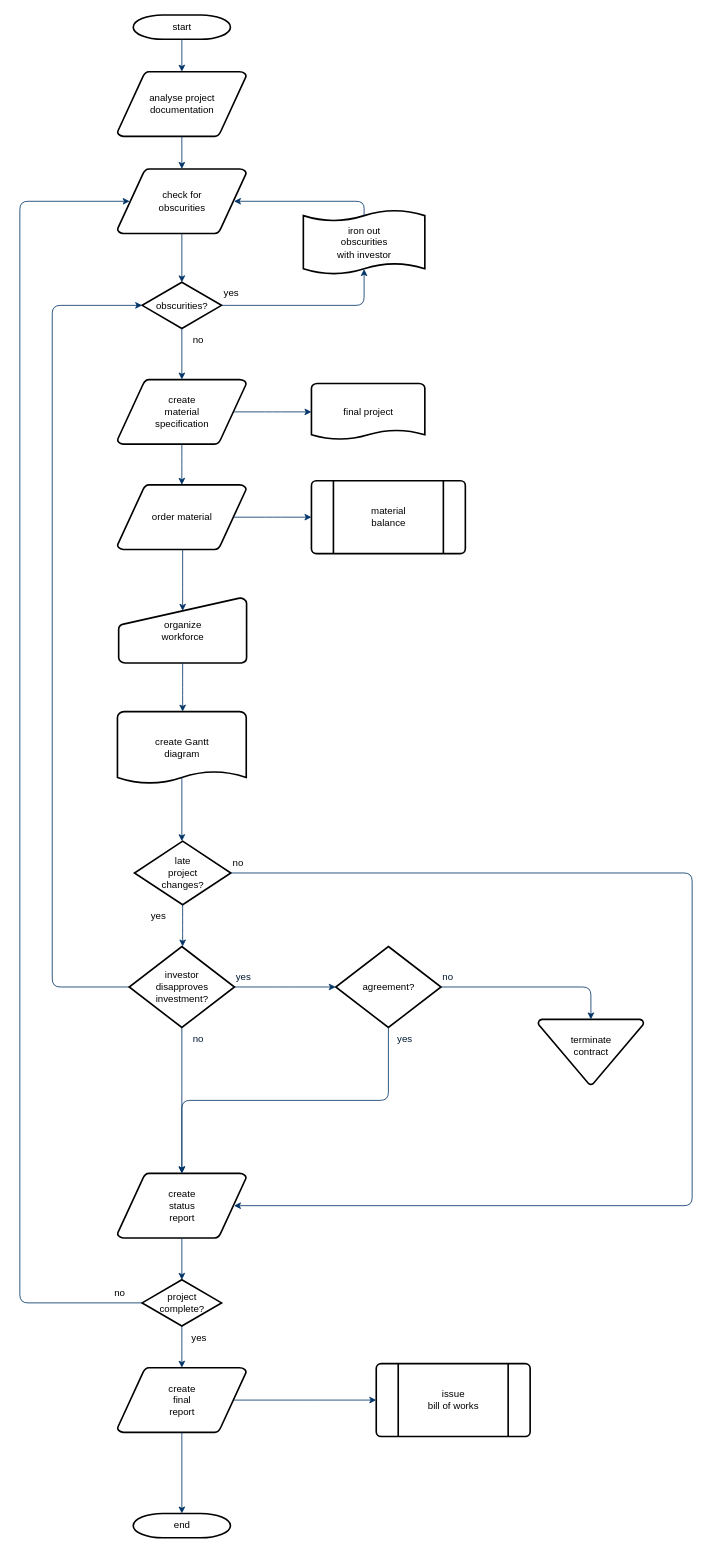
This is Untitled Diagram.drawio from razor/1102_decoration, a draw.io file, before an edit. Source tidied: cells renumbered, new cells numbered last; positions are measured from the earlier drawing's top-left corner, leaving out a move shared by most shapes. Both pictures are drawn from the tidied source at 81%, with x=0, y=0 at pixel (19, 15).
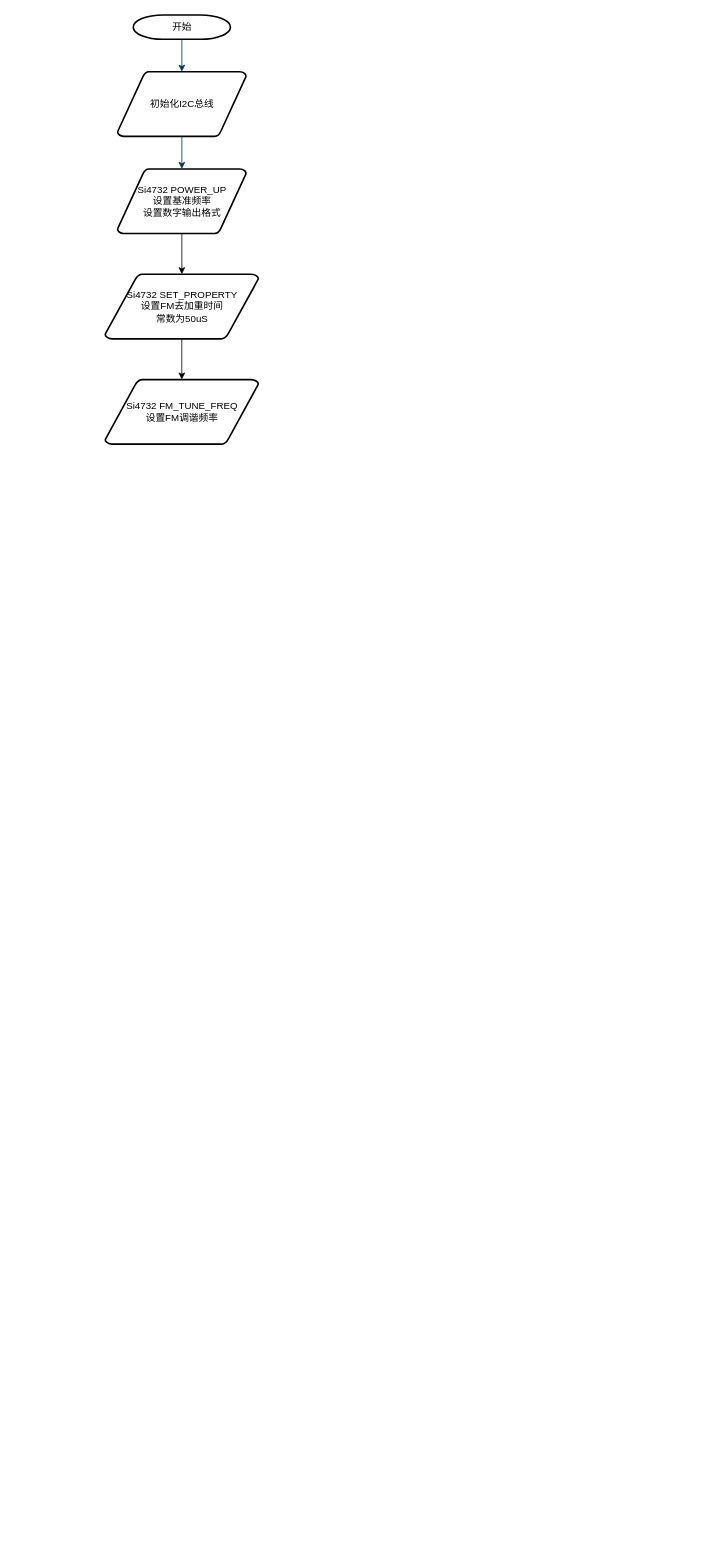
After the change.

Change to the diagram source:
```diff
@@
-    <mxCell id="2" value="start" style="shape=mxgraph.flowchart.terminator;strokeWidth=2;gradientColor=none;gradientDirection=north;fontStyle=0;html=1;" parent="1" vertex="1">
+    <mxCell id="2" value="开始" style="shape=mxgraph.flowchart.terminator;strokeWidth=2;gradientColor=none;gradientDirection=north;fontStyle=0;html=1;" parent="1" vertex="1">
       <mxGeometry x="140" width="120" height="30" as="geometry" />
     </mxCell>
-    <mxCell id="3" value="analyse project&#10; documentation" style="shape=mxgraph.flowchart.data;strokeWidth=2;gradientColor=none;gradientDirection=north;fontStyle=0;html=1;" parent="1" vertex="1">
+    <mxCell id="3" value="初始化I2C总线" style="shape=mxgraph.flowchart.data;strokeWidth=2;gradientColor=none;gradientDirection=north;fontStyle=0;html=1;" parent="1" vertex="1">
       <mxGeometry x="120.5" y="70" width="159" height="80" as="geometry" />
     </mxCell>
-    <mxCell id="4" value="create&#10;material&#10;specification" style="shape=mxgraph.flowchart.data;strokeWidth=2;gradientColor=none;gradientDirection=north;fontStyle=0;html=1;" parent="1" vertex="1">
-      <mxGeometry x="120.5" y="450" width="159" height="80" as="geometry" />
-    </mxCell>
-    <mxCell id="5" value="check for&#10;obscurities" style="shape=mxgraph.flowchart.data;strokeWidth=2;gradientColor=none;gradientDirection=north;fontStyle=0;html=1;" parent="1" vertex="1">
-      <mxGeometry x="120.5" y="190" width="159" height="80" as="geometry" />
-    </mxCell>
-    <mxCell id="6" value="obscurities?" style="shape=mxgraph.flowchart.decision;strokeWidth=2;gradientColor=none;gradientDirection=north;fontStyle=0;html=1;" parent="1" vertex="1">
-      <mxGeometry x="151" y="330" width="98" height="57" as="geometry" />
-    </mxCell>
@@
-    <mxCell id="8" style="fontStyle=1;strokeColor=#003366;strokeWidth=1;html=1;" parent="1" edge="1" source="3" target="5">
-      <mxGeometry relative="1" as="geometry" />
+    <mxCell id="8" style="fontStyle=1;strokeColor=#003366;strokeWidth=1;html=1;" parent="1" edge="1" source="3">
+      <mxGeometry relative="1" as="geometry">
+        <mxPoint x="200" y="190" as="targetPoint" />
+      </mxGeometry>
     </mxCell>
-    <mxCell id="9" style="entryX=0.5;entryY=0;entryPerimeter=0;fontStyle=1;strokeColor=#003366;strokeWidth=1;html=1;" parent="1" edge="1" source="5" target="6">
-      <mxGeometry relative="1" as="geometry" />
-    </mxCell>
-    <mxCell id="10" style="edgeStyle=elbowEdgeStyle;elbow=horizontal;entryX=0.5;entryY=0.91;entryPerimeter=0;exitX=1;exitY=0.5;exitPerimeter=0;fontStyle=1;strokeColor=#003366;strokeWidth=1;html=1;" parent="1" edge="1" source="6" target="51">
-      <mxGeometry x="381" y="28.5" as="geometry">
-        <Array as="points">
-          <mxPoint x="425" y="340" />
-        </Array>
-      </mxGeometry>
-    </mxCell>
-    <mxCell id="11" value="yes" style="text;fontStyle=0;html=1;strokeColor=none;gradientColor=none;fillColor=none;strokeWidth=2;" parent="1" vertex="1">
-      <mxGeometry x="250" y="330" width="40" height="26" as="geometry" />
-    </mxCell>
-    <mxCell id="12" style="edgeStyle=elbowEdgeStyle;elbow=horizontal;fontColor=#001933;fontStyle=1;strokeColor=#003366;strokeWidth=1;html=1;" parent="1" edge="1" source="6" target="4">
-      <mxGeometry as="geometry" />
-    </mxCell>
-    <mxCell id="13" value="order material" style="shape=mxgraph.flowchart.data;strokeWidth=2;gradientColor=none;gradientDirection=north;fontStyle=0;html=1;" parent="1" vertex="1">
-      <mxGeometry x="120.5" y="580" width="159" height="80" as="geometry" />
-    </mxCell>
-    <mxCell id="14" value="no" style="text;fontStyle=0;html=1;strokeColor=none;gradientColor=none;fillColor=none;strokeWidth=2;align=center;" parent="1" vertex="1">
-      <mxGeometry x="200" y="387" width="40" height="26" as="geometry" />
-    </mxCell>
-    <mxCell id="15" value="final project" style="shape=mxgraph.flowchart.document;strokeWidth=2;gradientColor=none;gradientDirection=north;fontStyle=0;html=1;" parent="1" vertex="1">
-      <mxGeometry x="360" y="455" width="140" height="70" as="geometry" />
-    </mxCell>
-    <mxCell id="16" style="edgeStyle=elbowEdgeStyle;elbow=horizontal;exitX=0.905;exitY=0.5;exitPerimeter=0;fontStyle=1;strokeColor=#003366;strokeWidth=1;html=1;" parent="1" edge="1" source="4" target="15">
-      <mxGeometry as="geometry" />
-    </mxCell>
-    <mxCell id="17" style="edgeStyle=elbowEdgeStyle;elbow=horizontal;fontStyle=1;strokeColor=#003366;strokeWidth=1;html=1;" parent="1" edge="1" source="4" target="13">
-      <mxGeometry as="geometry" />
-    </mxCell>
-    <mxCell id="18" value="material&#10;balance" style="shape=mxgraph.flowchart.predefined_process;strokeWidth=2;gradientColor=none;gradientDirection=north;fontStyle=0;html=1;" parent="1" vertex="1">
-      <mxGeometry x="360" y="575" width="190" height="90" as="geometry" />
-    </mxCell>
-    <mxCell id="19" style="edgeStyle=elbowEdgeStyle;elbow=horizontal;exitX=0.905;exitY=0.5;exitPerimeter=0;fontStyle=1;strokeColor=#003366;strokeWidth=1;html=1;" parent="1" edge="1" source="13" target="18">
-      <mxGeometry as="geometry" />
-    </mxCell>
-    <mxCell id="20" value="organize &#10;workforce" style="shape=mxgraph.flowchart.manual_input;strokeWidth=2;gradientColor=none;gradientDirection=north;fontStyle=0;html=1;" parent="1" vertex="1">
-      <mxGeometry x="122" y="720" width="158" height="80" as="geometry" />
-    </mxCell>
-    <mxCell id="21" style="edgeStyle=elbowEdgeStyle;elbow=horizontal;entryX=0.5;entryY=0.195;entryPerimeter=0;fontStyle=1;strokeColor=#003366;strokeWidth=1;html=1;" parent="1" edge="1" source="13" target="20">
-      <mxGeometry as="geometry" />
-    </mxCell>
-    <mxCell id="22" value="create Gantt&#10;diagram" style="shape=mxgraph.flowchart.document;strokeWidth=2;gradientColor=none;gradientDirection=north;fontStyle=0;html=1;" parent="1" vertex="1">
-      <mxGeometry x="120.5" y="860" width="159" height="90" as="geometry" />
-    </mxCell>
-    <mxCell id="23" style="edgeStyle=elbowEdgeStyle;elbow=horizontal;exitX=0.5;exitY=1;exitPerimeter=0;fontStyle=1;strokeColor=#003366;strokeWidth=1;html=1;" parent="1" edge="1" source="20" target="22">
-      <mxGeometry as="geometry" />
-    </mxCell>
-    <mxCell id="24" value="late&#10;project&#10;changes?" style="shape=mxgraph.flowchart.decision;strokeWidth=2;gradientColor=none;gradientDirection=north;fontStyle=0;html=1;" parent="1" vertex="1">
-      <mxGeometry x="141.5" y="1020" width="119" height="78.5" as="geometry" />
-    </mxCell>
-    <mxCell id="25" style="edgeStyle=elbowEdgeStyle;elbow=horizontal;exitX=0.5;exitY=0.9;exitPerimeter=0;fontStyle=1;strokeColor=#003366;strokeWidth=1;html=1;" parent="1" edge="1" source="22" target="24">
-      <mxGeometry as="geometry" />
-    </mxCell>
-    <mxCell id="26" style="edgeStyle=elbowEdgeStyle;elbow=horizontal;exitX=0;exitY=0.5;exitPerimeter=0;entryX=0;entryY=0.5;entryPerimeter=0;fontStyle=1;strokeColor=#003366;strokeWidth=1;html=1;" parent="1" edge="1" source="28" target="6">
-      <mxGeometry as="geometry">
-        <Array as="points">
-          <mxPoint x="40" y="790" />
-        </Array>
-      </mxGeometry>
-    </mxCell>
-    <mxCell id="27" value="yes" style="text;fontStyle=0;html=1;strokeColor=none;gradientColor=none;fillColor=none;strokeWidth=2;" parent="1" vertex="1">
-      <mxGeometry x="160" y="1098.5" width="40" height="26" as="geometry" />
-    </mxCell>
-    <mxCell id="28" value="investor&#10;disapproves&#10; investment?" style="shape=mxgraph.flowchart.decision;strokeWidth=2;gradientColor=none;gradientDirection=north;fontStyle=0;html=1;" parent="1" vertex="1">
-      <mxGeometry x="135" y="1150" width="130" height="100" as="geometry" />
-    </mxCell>
-    <mxCell id="29" value="agreement?" style="shape=mxgraph.flowchart.decision;strokeWidth=2;gradientColor=none;gradientDirection=north;fontStyle=0;html=1;" parent="1" vertex="1">
-      <mxGeometry x="390" y="1150" width="130" height="100" as="geometry" />
-    </mxCell>
-    <mxCell id="30" style="edgeStyle=elbowEdgeStyle;elbow=horizontal;exitX=0.5;exitY=1;exitPerimeter=0;fontStyle=1;strokeColor=#003366;strokeWidth=1;html=1;" parent="1" edge="1" source="24" target="28">
-      <mxGeometry as="geometry" />
-    </mxCell>
-    <mxCell id="31" style="edgeStyle=elbowEdgeStyle;elbow=horizontal;exitX=1;exitY=0.5;exitPerimeter=0;entryX=0;entryY=0.5;entryPerimeter=0;fontStyle=1;strokeColor=#003366;strokeWidth=1;html=1;" parent="1" edge="1" source="28" target="29">
-      <mxGeometry as="geometry" />
-    </mxCell>
-    <mxCell id="32" value="terminate&#10;contract&#10;" style="shape=mxgraph.flowchart.merge_or_storage;strokeWidth=2;gradientColor=none;gradientDirection=north;fontStyle=0;html=1;" parent="1" vertex="1">
-      <mxGeometry x="640" y="1240" width="130" height="80.5" as="geometry" />
-    </mxCell>
-    <mxCell id="33" style="edgeStyle=elbowEdgeStyle;elbow=vertical;exitX=1;exitY=0.5;exitPerimeter=0;entryX=0.5;entryY=0;entryPerimeter=0;fontStyle=1;strokeColor=#003366;strokeWidth=1;html=1;" parent="1" edge="1" source="29" target="32">
-      <mxGeometry as="geometry">
-        <Array as="points">
-          <mxPoint x="620" y="1200" />
-        </Array>
-      </mxGeometry>
-    </mxCell>
-    <mxCell id="34" value="create&#10;status&#10;report" style="shape=mxgraph.flowchart.data;strokeWidth=2;gradientColor=none;gradientDirection=north;fontStyle=0;html=1;" parent="1" vertex="1">
-      <mxGeometry x="120.5" y="1430" width="159" height="80" as="geometry" />
-    </mxCell>
-    <mxCell id="35" style="edgeStyle=elbowEdgeStyle;elbow=vertical;exitX=0.5;exitY=1;exitPerimeter=0;fontColor=#001933;fontStyle=1;strokeColor=#003366;strokeWidth=1;html=1;" parent="1" edge="1" source="28" target="34">
-      <mxGeometry as="geometry" />
-    </mxCell>
-    <mxCell id="36" style="edgeStyle=elbowEdgeStyle;elbow=vertical;exitX=0.5;exitY=1;exitPerimeter=0;entryX=0.5;entryY=0;entryPerimeter=0;fontStyle=1;strokeColor=#003366;strokeWidth=1;html=1;" parent="1" edge="1" source="29" target="34">
-      <mxGeometry as="geometry" />
-    </mxCell>
-    <mxCell id="37" value="project&#10;complete?" style="shape=mxgraph.flowchart.decision;strokeWidth=2;gradientColor=none;gradientDirection=north;fontStyle=0;html=1;" parent="1" vertex="1">
-      <mxGeometry x="151" y="1561.5" width="98" height="57" as="geometry" />
-    </mxCell>
-    <mxCell id="38" value="create&#10;final&#10;report" style="shape=mxgraph.flowchart.data;strokeWidth=2;gradientColor=none;gradientDirection=north;fontStyle=0;html=1;" parent="1" vertex="1">
-      <mxGeometry x="120.5" y="1670" width="159" height="80" as="geometry" />
-    </mxCell>
-    <mxCell id="39" value="issue&#10;bill of works" style="shape=mxgraph.flowchart.predefined_process;strokeWidth=2;gradientColor=none;gradientDirection=north;fontStyle=0;html=1;" parent="1" vertex="1">
-      <mxGeometry x="440" y="1665" width="190" height="90" as="geometry" />
-    </mxCell>
-    <mxCell id="40" value="end" style="shape=mxgraph.flowchart.terminator;strokeWidth=2;gradientColor=none;gradientDirection=north;fontStyle=0;html=1;" parent="1" vertex="1">
-      <mxGeometry x="140" y="1850" width="120" height="30" as="geometry" />
-    </mxCell>
-    <mxCell id="41" style="edgeStyle=elbowEdgeStyle;elbow=vertical;exitX=0.5;exitY=1;exitPerimeter=0;entryX=0.5;entryY=0;entryPerimeter=0;fontStyle=1;strokeColor=#003366;strokeWidth=1;html=1;" parent="1" edge="1" source="34" target="37">
-      <mxGeometry as="geometry" />
-    </mxCell>
-    <mxCell id="42" style="edgeStyle=elbowEdgeStyle;elbow=vertical;exitX=0.5;exitY=1;exitPerimeter=0;entryX=0.5;entryY=0;entryPerimeter=0;fontStyle=1;strokeColor=#003366;strokeWidth=1;html=1;" parent="1" edge="1" source="37" target="38">
-      <mxGeometry as="geometry" />
-    </mxCell>
-    <mxCell id="43" style="edgeStyle=elbowEdgeStyle;elbow=vertical;exitX=0.5;exitY=1;exitPerimeter=0;entryX=0.5;entryY=0;entryPerimeter=0;fontStyle=1;strokeColor=#003366;strokeWidth=1;html=1;" parent="1" edge="1" source="38" target="40">
-      <mxGeometry as="geometry" />
-    </mxCell>
-    <mxCell id="44" style="edgeStyle=elbowEdgeStyle;elbow=vertical;exitX=0.905;exitY=0.5;exitPerimeter=0;entryX=0;entryY=0.5;entryPerimeter=0;fontStyle=1;strokeColor=#003366;strokeWidth=1;html=1;" parent="1" edge="1" source="38" target="39">
-      <mxGeometry as="geometry" />
-    </mxCell>
-    <mxCell id="45" style="edgeStyle=elbowEdgeStyle;elbow=horizontal;exitX=1;exitY=0.5;exitPerimeter=0;entryX=0.905;entryY=0.5;entryPerimeter=0;fontStyle=1;strokeColor=#003366;strokeWidth=1;html=1;" parent="1" edge="1" source="24" target="34">
-      <mxGeometry as="geometry">
-        <Array as="points">
-          <mxPoint x="830" y="1260" />
-        </Array>
-      </mxGeometry>
-    </mxCell>
-    <mxCell id="46" value="no" style="text;fontStyle=0;html=1;strokeColor=none;gradientColor=none;fillColor=none;strokeWidth=2;" parent="1" vertex="1">
-      <mxGeometry x="260.5" y="1033.2" width="40" height="26" as="geometry" />
-    </mxCell>
-    <mxCell id="47" value="yes" style="text;fontColor=#001933;fontStyle=0;html=1;strokeColor=none;gradientColor=none;fillColor=none;strokeWidth=2;" parent="1" vertex="1">
-      <mxGeometry x="265" y="1174" width="40" height="26" as="geometry" />
-    </mxCell>
-    <mxCell id="48" value="no" style="text;fontColor=#001933;fontStyle=0;html=1;strokeColor=none;gradientColor=none;fillColor=none;strokeWidth=2;align=center;" parent="1" vertex="1">
-      <mxGeometry x="200" y="1250" width="40" height="26" as="geometry" />
-    </mxCell>
-    <mxCell id="49" value="yes" style="text;fontColor=#001933;fontStyle=0;html=1;strokeColor=none;gradientColor=none;fillColor=none;strokeWidth=2;align=center;" parent="1" vertex="1">
-      <mxGeometry x="455" y="1250" width="40" height="26" as="geometry" />
-    </mxCell>
-    <mxCell id="50" value="no" style="text;fontColor=#001933;fontStyle=0;html=1;strokeColor=none;gradientColor=none;fillColor=none;strokeWidth=2;" parent="1" vertex="1">
-      <mxGeometry x="520" y="1174" width="40" height="26" as="geometry" />
-    </mxCell>
-    <mxCell id="51" value="iron out&#10;obscurities &#10;with investor" style="shape=mxgraph.flowchart.paper_tape;strokeWidth=2;gradientColor=none;gradientDirection=north;fontStyle=0;html=1;" parent="1" vertex="1">
-      <mxGeometry x="350" y="240" width="150" height="81" as="geometry" />
-    </mxCell>
-    <mxCell id="52" style="edgeStyle=elbowEdgeStyle;elbow=horizontal;exitX=0.5;exitY=0.09;exitPerimeter=0;entryX=0.905;entryY=0.5;entryPerimeter=0;fontStyle=1;strokeColor=#003366;strokeWidth=1;html=1;" parent="1" edge="1" source="51" target="5">
-      <mxGeometry as="geometry">
-        <Array as="points">
-          <mxPoint x="425" y="240" />
-        </Array>
-      </mxGeometry>
-    </mxCell>
-    <mxCell id="53" value="yes" style="text;fontStyle=0;html=1;strokeColor=none;gradientColor=none;fillColor=none;strokeWidth=2;align=center;" parent="1" vertex="1">
-      <mxGeometry x="201" y="1620" width="40" height="26" as="geometry" />
-    </mxCell>
-    <mxCell id="54" style="edgeStyle=elbowEdgeStyle;elbow=horizontal;exitX=0;exitY=0.5;exitPerimeter=0;entryX=0.095;entryY=0.5;entryPerimeter=0;fontStyle=1;strokeColor=#003366;strokeWidth=1;html=1;" parent="1" edge="1" source="37" target="5">
-      <mxGeometry as="geometry">
-        <Array as="points">
-          <mxPoint y="910" />
-        </Array>
-      </mxGeometry>
-    </mxCell>
-    <mxCell id="55" value="no" style="text;fontStyle=0;html=1;strokeColor=none;gradientColor=none;fillColor=none;strokeWidth=2;" parent="1" vertex="1">
-      <mxGeometry x="115" y="1564" width="40" height="26" as="geometry" />
-    </mxCell>
+    <mxCell id="56" style="edgeStyle=orthogonalEdgeStyle;rounded=0;jettySize=auto;html=1;" parent="1" edge="1" source="57" target="59">
+      <mxGeometry relative="1" as="geometry" />
+    </mxCell>
+    <mxCell id="57" value="Si4732 POWER_UP&lt;br&gt;设置基准频率&lt;br&gt;设置数字输出格式" style="shape=mxgraph.flowchart.data;strokeWidth=2;gradientColor=none;gradientDirection=north;fontStyle=0;html=1;" parent="1" vertex="1">
+      <mxGeometry x="120.5" y="190" width="159" height="80" as="geometry" />
+    </mxCell>
+    <mxCell id="58" style="edgeStyle=orthogonalEdgeStyle;rounded=0;jettySize=auto;html=1;" parent="1" edge="1" source="59" target="60">
+      <mxGeometry relative="1" as="geometry" />
+    </mxCell>
+    <mxCell id="59" value="Si4732 SET_PROPERTY&lt;br&gt;设置FM去加重时间&lt;br&gt;常数为50uS" style="shape=mxgraph.flowchart.data;strokeWidth=2;gradientColor=none;gradientDirection=north;fontStyle=0;html=1;" parent="1" vertex="1">
+      <mxGeometry x="105.2" y="320" width="189.5" height="80" as="geometry" />
+    </mxCell>
+    <mxCell id="60" value="Si4732 FM_TUNE_FREQ&lt;br&gt;设置FM调谐频率" style="shape=mxgraph.flowchart.data;strokeWidth=2;gradientColor=none;gradientDirection=north;fontStyle=0;html=1;" parent="1" vertex="1">
+      <mxGeometry x="105.2" y="450" width="189.5" height="80" as="geometry" />
+    </mxCell>
```
